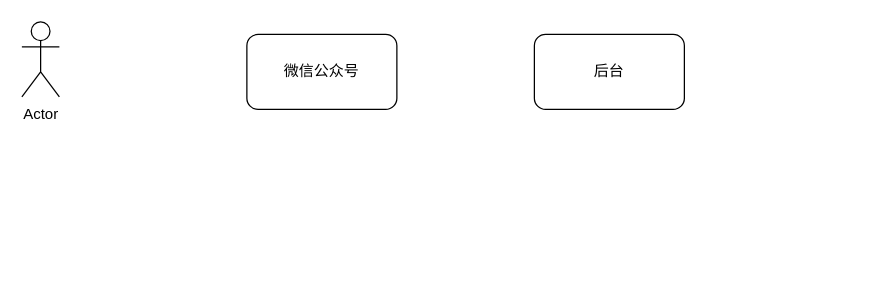
Before: 晚餐菜单.drawio in zhouyinyan/dinner-recommendation, a draw.io diagram. Source tidied: cells renumbered, new cells numbered last; positions are measured from the earlier drawing's top-left corner, leaving out a move shared by most shapes. Both pictures are drawn from the tidied source at 125%, with x=0, y=0 at pixel (21, 21).
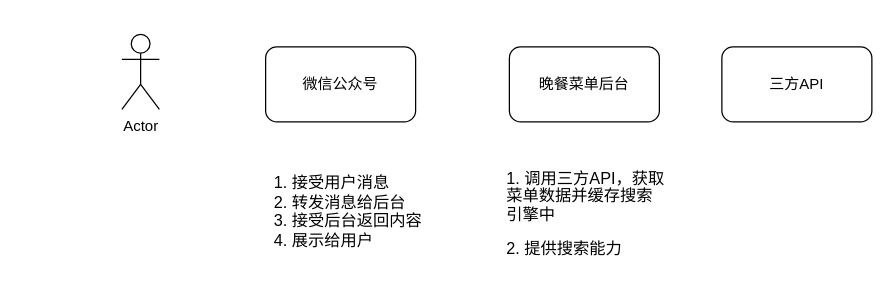
Above is the later version.

Diff of the diagram source:
```diff
@@
 <mxGraphModel>
   <root>
     <mxCell id="0" />
     <mxCell id="1" parent="0" />
     <mxCell id="2" value="微信公众号" style="rounded=1;whiteSpace=wrap;html=1;" parent="1" vertex="1">
-      <mxGeometry x="180" y="10" width="120" height="60" as="geometry" />
+      <mxGeometry x="195" y="20" width="120" height="60" as="geometry" />
     </mxCell>
     <mxCell id="3" value="Actor" style="shape=umlActor;verticalLabelPosition=bottom;labelBackgroundColor=#ffffff;verticalAlign=top;html=1;" parent="1" vertex="1">
-      <mxGeometry width="30" height="60" as="geometry" />
+      <mxGeometry x="80" y="10" width="30" height="60" as="geometry" />
     </mxCell>
-    <mxCell id="4" value="后台" style="rounded=1;whiteSpace=wrap;html=1;" parent="1" vertex="1">
-      <mxGeometry x="410" y="10" width="120" height="60" as="geometry" />
+    <mxCell id="4" value="晚餐菜单后台" style="rounded=1;whiteSpace=wrap;html=1;" parent="1" vertex="1">
+      <mxGeometry x="390" y="20" width="120" height="60" as="geometry" />
     </mxCell>
+    <mxCell id="5" value="三方API" style="rounded=1;whiteSpace=wrap;html=1;" parent="1" vertex="1">
+      <mxGeometry x="560" y="20" width="120" height="60" as="geometry" />
+    </mxCell>
+    <mxCell id="6" value="&lt;p style=&quot;line-height: 120%&quot;&gt;1. 接受用户消息&lt;br style=&quot;font-size: 13px&quot;&gt;2. 转发消息给后台&lt;br style=&quot;font-size: 13px&quot;&gt;3. 接受后台返回内容&lt;br style=&quot;font-size: 13px&quot;&gt;4. 展示给用户&lt;br style=&quot;font-size: 13px&quot;&gt;&lt;/p&gt;" style="text;html=1;strokeColor=none;fillColor=none;align=left;verticalAlign=top;whiteSpace=wrap;rounded=0;spacingTop=0;spacing=3;spacingLeft=4;spacingBottom=0;spacingRight=2;fontSize=13;horizontal=1;" parent="1" vertex="1">
+      <mxGeometry x="195" y="100" width="135" height="100" as="geometry" />
+    </mxCell>
+    <mxCell id="7" value="&lt;p style=&quot;line-height: 110%&quot;&gt;1. 调用三方API，获取菜单数据并缓存搜索引擎中&lt;/p&gt;&lt;p style=&quot;line-height: 110%&quot;&gt;&lt;span&gt;2. 提供搜索能力&lt;/span&gt;&lt;/p&gt;" style="text;html=1;strokeColor=none;fillColor=none;align=left;verticalAlign=top;whiteSpace=wrap;rounded=0;spacingTop=0;spacing=1;spacingLeft=4;spacingBottom=0;spacingRight=2;fontSize=13;horizontal=1;" parent="1" vertex="1">
+      <mxGeometry x="382.5" y="100" width="135" height="100" as="geometry" />
+    </mxCell>
   </root>
 </mxGraphModel>
```
